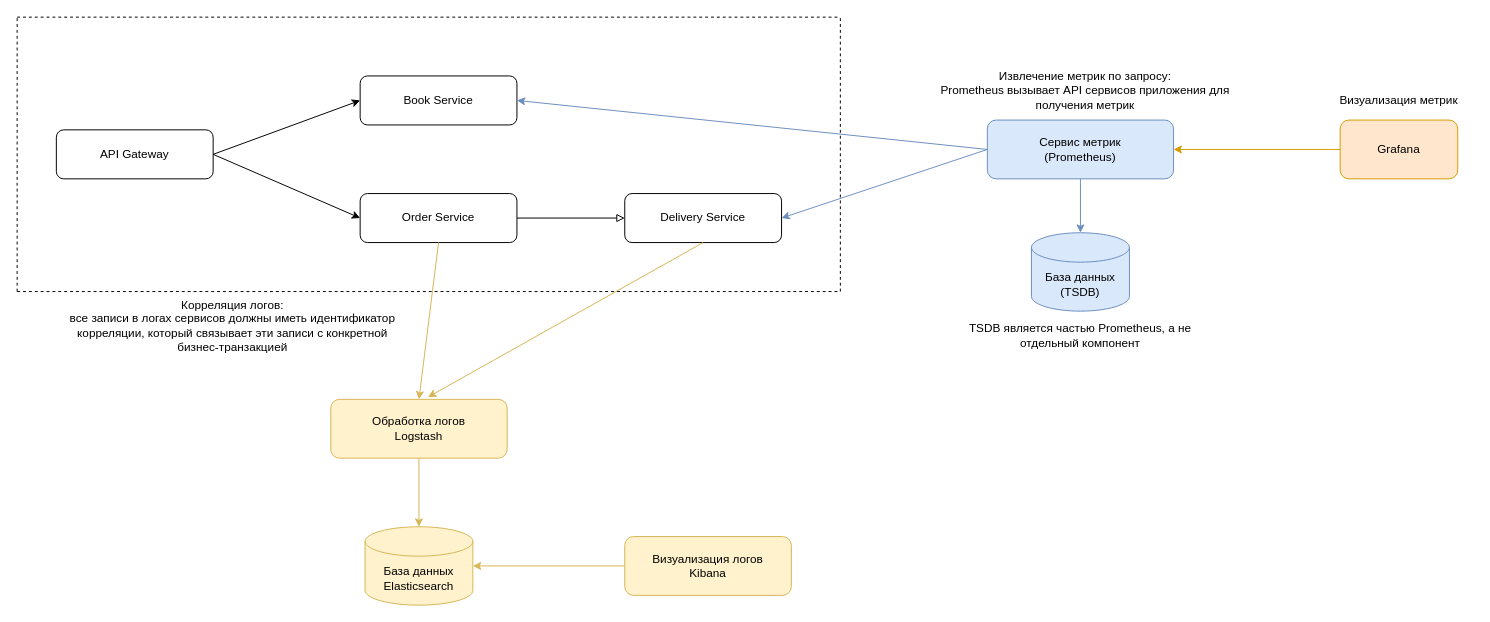
This is architecture/online-shop-demo.drawio from ysavchen/online-shop-demo, a draw.io file, before an edit. Source tidied: cells renumbered, new cells numbered last; positions are measured from the earlier drawing's top-left corner, leaving out a move shared by most shapes. Both pictures are drawn from the tidied source at 98%, with x=0, y=0 at pixel (17, 17).
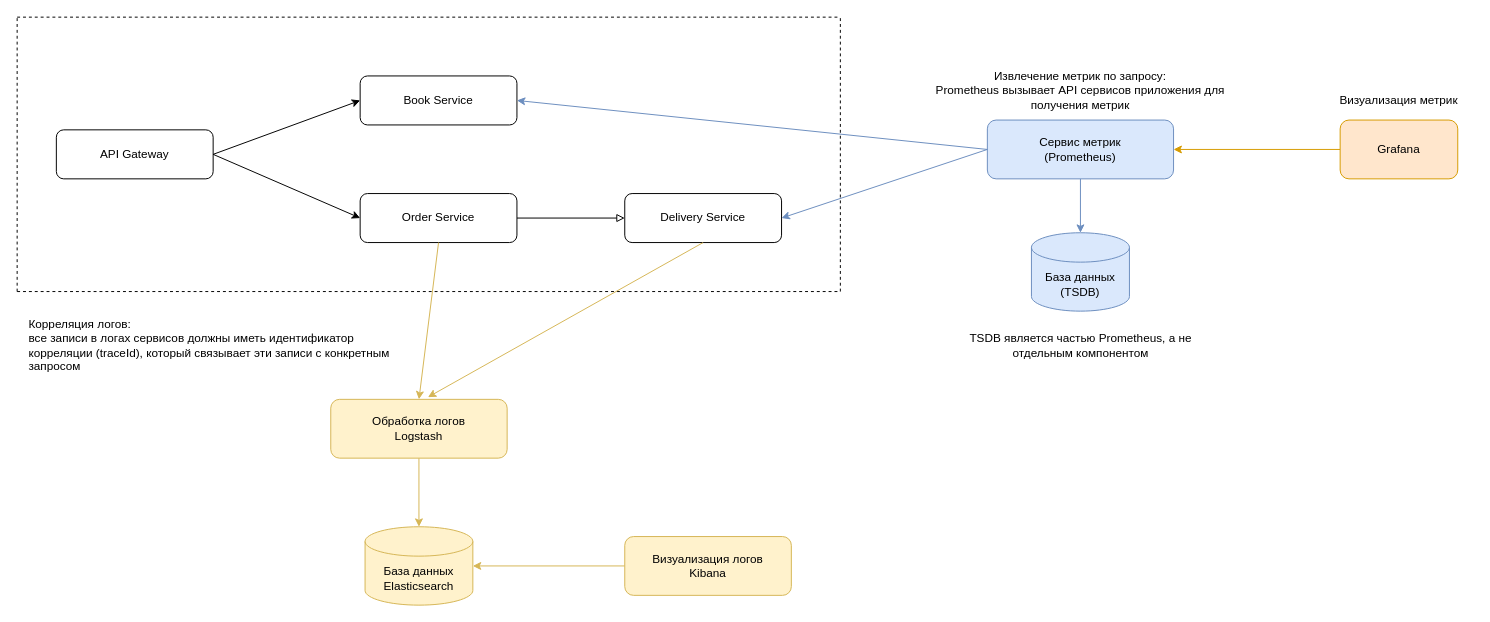
The same page after the edit.

Commit message:
Update comments for schema

What changed in the source:
```diff
@@
     <mxCell id="17" value="Извлечение метрик по запросу:&lt;br&gt;Prometheus вызывает API сервисов приложения для получения метрик" style="text;html=1;align=center;verticalAlign=middle;whiteSpace=wrap;rounded=0;" parent="1" vertex="1">
-      <mxGeometry x="940" y="60" width="300" height="30" as="geometry" />
+      <mxGeometry x="925" y="50" width="320" height="50" as="geometry" />
     </mxCell>
@@
-    <mxCell id="19" value="TSDB является частью Prometheus, а не отдельный компонент" style="text;html=1;align=center;verticalAlign=middle;whiteSpace=wrap;rounded=0;" parent="1" vertex="1">
-      <mxGeometry x="965" y="310" width="240" height="30" as="geometry" />
+    <mxCell id="19" value="TSDB является частью Prometheus, а не отдельным компонентом" style="text;html=1;align=center;verticalAlign=middle;whiteSpace=wrap;rounded=0;" parent="1" vertex="1">
+      <mxGeometry x="957.5" y="310" width="255" height="50" as="geometry" />
     </mxCell>
@@
-    <mxCell id="30" value="Корреляция логов:&lt;br&gt;все записи в логах сервисов должны иметь идентификатор корреляции, который связывает эти записи с конкретной бизнес-транзакцией" style="text;html=1;align=center;verticalAlign=middle;whiteSpace=wrap;rounded=0;" parent="1" vertex="1">
-      <mxGeometry x="40" y="300" width="360" height="30" as="geometry" />
+    <mxCell id="30" value="Корреляция логов:&lt;br&gt;все записи в логах сервисов должны иметь идентификатор корреляции (traceId), который связывает эти записи с конкретным запросом" style="text;html=1;align=left;verticalAlign=middle;whiteSpace=wrap;rounded=0;" parent="1" vertex="1">
+      <mxGeometry x="10" y="295" width="390" height="80" as="geometry" />
     </mxCell>
```
